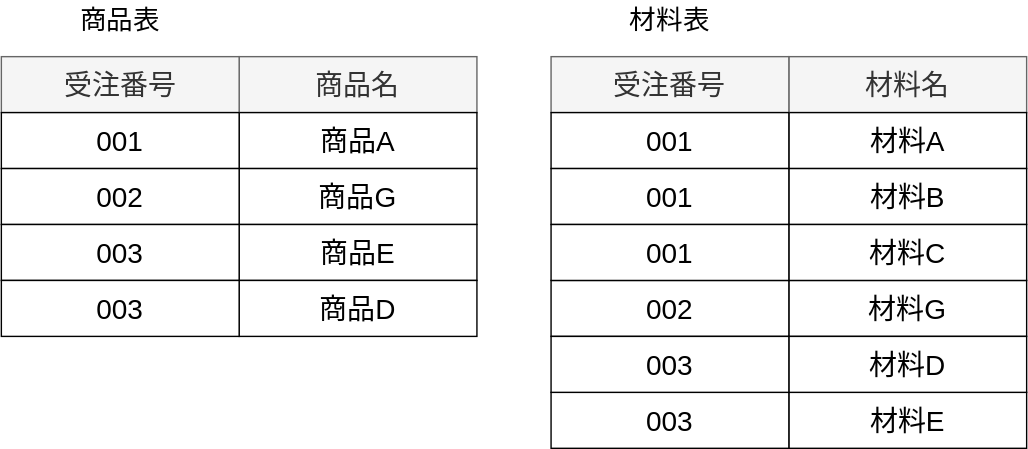
Earlier version of the draw.io export static/img/svg/Database/normalization/normalization-8.drawio.svg (koseki2580/study-docs). Source tidied: cells renumbered, new cells last; positions are measured from the earlier drawing's top-left corner, leaving out a move shared by most shapes.
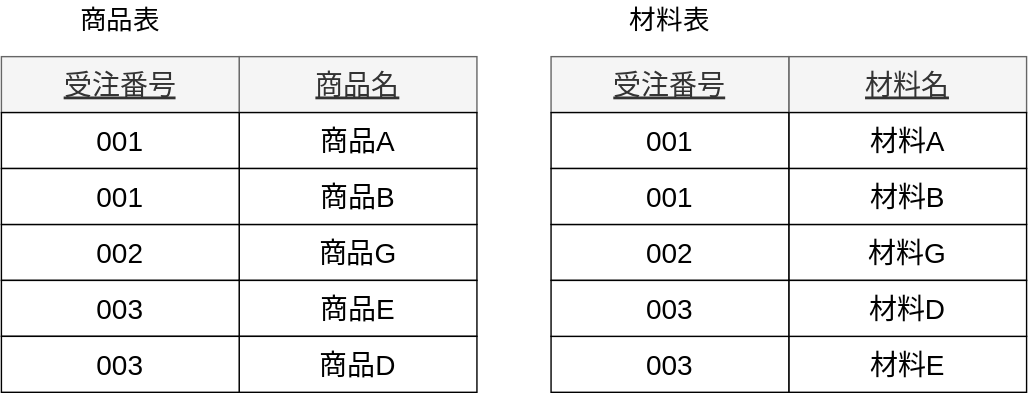
After the change.

The edit, as a diff of the source:
```diff
@@ -2,65 +2,65 @@
   <root>
     <mxCell id="0" />
     <mxCell id="1" parent="0" />
-    <mxCell id="2" value="商品名" style="rounded=0;whiteSpace=wrap;html=1;fontSize=20;fillColor=#f5f5f5;fontColor=#333333;strokeColor=#666666;" parent="1" vertex="1">
+    <mxCell id="2" value="商品名" style="rounded=0;whiteSpace=wrap;html=1;fontSize=20;fillColor=#f5f5f5;fontColor=#333333;strokeColor=#666666;fontStyle=4;" parent="1" vertex="1">
       <mxGeometry x="170" y="40" width="170" height="40" as="geometry" />
     </mxCell>
     <mxCell id="3" value="商品A" style="rounded=0;whiteSpace=wrap;html=1;fontSize=20;" parent="1" vertex="1">
       <mxGeometry x="170" y="80" width="170" height="40" as="geometry" />
     </mxCell>
     <mxCell id="4" value="商品G" style="rounded=0;whiteSpace=wrap;html=1;fontSize=20;" parent="1" vertex="1">
-      <mxGeometry x="170" y="120" width="170" height="40" as="geometry" />
+      <mxGeometry x="170" y="160" width="170" height="40" as="geometry" />
     </mxCell>
-    <mxCell id="5" value="受注番号" style="rounded=0;whiteSpace=wrap;html=1;fontSize=20;fillColor=#f5f5f5;fontColor=#333333;strokeColor=#666666;fontStyle=0;" parent="1" vertex="1">
+    <mxCell id="5" value="受注番号" style="rounded=0;whiteSpace=wrap;html=1;fontSize=20;fillColor=#f5f5f5;fontColor=#333333;strokeColor=#666666;fontStyle=4;" parent="1" vertex="1">
       <mxGeometry y="40" width="170" height="40" as="geometry" />
     </mxCell>
     <mxCell id="6" value="001" style="rounded=0;whiteSpace=wrap;html=1;fontSize=20;" parent="1" vertex="1">
       <mxGeometry y="80" width="170" height="40" as="geometry" />
     </mxCell>
     <mxCell id="7" value="002" style="rounded=0;whiteSpace=wrap;html=1;fontSize=20;" parent="1" vertex="1">
-      <mxGeometry y="120" width="170" height="40" as="geometry" />
+      <mxGeometry y="160" width="170" height="40" as="geometry" />
     </mxCell>
     <mxCell id="8" value="商品表" style="text;html=1;strokeColor=none;fillColor=none;align=center;verticalAlign=middle;whiteSpace=wrap;rounded=0;fontSize=19;" parent="1" vertex="1">
       <mxGeometry width="170" height="30" as="geometry" />
     </mxCell>
     <mxCell id="9" value="商品E" style="rounded=0;whiteSpace=wrap;html=1;fontSize=20;" parent="1" vertex="1">
-      <mxGeometry x="170" y="160" width="170" height="40" as="geometry" />
+      <mxGeometry x="170" y="200" width="170" height="40" as="geometry" />
     </mxCell>
     <mxCell id="10" value="商品D" style="rounded=0;whiteSpace=wrap;html=1;fontSize=20;" parent="1" vertex="1">
-      <mxGeometry x="170" y="200" width="170" height="40" as="geometry" />
+      <mxGeometry x="170" y="240" width="170" height="40" as="geometry" />
     </mxCell>
     <mxCell id="11" value="003" style="rounded=0;whiteSpace=wrap;html=1;fontSize=20;" parent="1" vertex="1">
-      <mxGeometry y="160" width="170" height="40" as="geometry" />
+      <mxGeometry y="200" width="170" height="40" as="geometry" />
     </mxCell>
     <mxCell id="12" value="003" style="rounded=0;whiteSpace=wrap;html=1;fontSize=20;" parent="1" vertex="1">
-      <mxGeometry y="200" width="170" height="40" as="geometry" />
+      <mxGeometry y="240" width="170" height="40" as="geometry" />
     </mxCell>
-    <mxCell id="13" value="材料名" style="rounded=0;whiteSpace=wrap;html=1;fontSize=20;fillColor=#f5f5f5;fontColor=#333333;strokeColor=#666666;fontStyle=0;" parent="1" vertex="1">
+    <mxCell id="13" value="材料名" style="rounded=0;whiteSpace=wrap;html=1;fontSize=20;fillColor=#f5f5f5;fontColor=#333333;strokeColor=#666666;fontStyle=4;" parent="1" vertex="1">
       <mxGeometry x="563" y="40" width="170" height="40" as="geometry" />
     </mxCell>
     <mxCell id="14" value="材料A" style="rounded=0;whiteSpace=wrap;html=1;fontSize=20;" parent="1" vertex="1">
       <mxGeometry x="563" y="80" width="170" height="40" as="geometry" />
     </mxCell>
     <mxCell id="15" value="材料G" style="rounded=0;whiteSpace=wrap;html=1;fontSize=20;" parent="1" vertex="1">
-      <mxGeometry x="563" y="200" width="170" height="40" as="geometry" />
+      <mxGeometry x="563" y="160" width="170" height="40" as="geometry" />
     </mxCell>
     <mxCell id="16" value="材料E" style="rounded=0;whiteSpace=wrap;html=1;fontSize=20;" parent="1" vertex="1">
-      <mxGeometry x="563" y="280" width="170" height="40" as="geometry" />
+      <mxGeometry x="563" y="240" width="170" height="40" as="geometry" />
     </mxCell>
     <mxCell id="17" value="材料B" style="rounded=0;whiteSpace=wrap;html=1;fontSize=20;" parent="1" vertex="1">
       <mxGeometry x="563" y="120" width="170" height="40" as="geometry" />
     </mxCell>
-    <mxCell id="18" value="受注番号" style="rounded=0;whiteSpace=wrap;html=1;fontSize=20;fillColor=#f5f5f5;fontColor=#333333;strokeColor=#666666;fontStyle=0;" parent="1" vertex="1">
+    <mxCell id="18" value="受注番号" style="rounded=0;whiteSpace=wrap;html=1;fontSize=20;fillColor=#f5f5f5;fontColor=#333333;strokeColor=#666666;fontStyle=4;" parent="1" vertex="1">
       <mxGeometry x="393" y="40" width="170" height="40" as="geometry" />
     </mxCell>
     <mxCell id="19" value="001" style="rounded=0;whiteSpace=wrap;html=1;fontSize=20;" parent="1" vertex="1">
       <mxGeometry x="393" y="80" width="170" height="40" as="geometry" />
     </mxCell>
     <mxCell id="20" value="002" style="rounded=0;whiteSpace=wrap;html=1;fontSize=20;" parent="1" vertex="1">
-      <mxGeometry x="393" y="200" width="170" height="40" as="geometry" />
+      <mxGeometry x="393" y="160" width="170" height="40" as="geometry" />
     </mxCell>
     <mxCell id="21" value="003" style="rounded=0;whiteSpace=wrap;html=1;fontSize=20;" parent="1" vertex="1">
-      <mxGeometry x="393" y="280" width="170" height="40" as="geometry" />
+      <mxGeometry x="393" y="240" width="170" height="40" as="geometry" />
     </mxCell>
     <mxCell id="22" value="001" style="rounded=0;whiteSpace=wrap;html=1;fontSize=20;" parent="1" vertex="1">
       <mxGeometry x="393" y="120" width="170" height="40" as="geometry" />
@@ -68,17 +68,17 @@
     <mxCell id="23" value="材料表" style="text;html=1;strokeColor=none;fillColor=none;align=center;verticalAlign=middle;whiteSpace=wrap;rounded=0;fontSize=19;" parent="1" vertex="1">
       <mxGeometry x="393" width="170" height="30" as="geometry" />
     </mxCell>
-    <mxCell id="24" value="材料C" style="rounded=0;whiteSpace=wrap;html=1;fontSize=20;" parent="1" vertex="1">
-      <mxGeometry x="563" y="160" width="170" height="40" as="geometry" />
-    </mxCell>
-    <mxCell id="25" value="001" style="rounded=0;whiteSpace=wrap;html=1;fontSize=20;" parent="1" vertex="1">
-      <mxGeometry x="393" y="160" width="170" height="40" as="geometry" />
-    </mxCell>
     <mxCell id="26" value="材料D" style="rounded=0;whiteSpace=wrap;html=1;fontSize=20;" parent="1" vertex="1">
-      <mxGeometry x="563" y="240" width="170" height="40" as="geometry" />
+      <mxGeometry x="563" y="200" width="170" height="40" as="geometry" />
     </mxCell>
     <mxCell id="27" value="003" style="rounded=0;whiteSpace=wrap;html=1;fontSize=20;" parent="1" vertex="1">
-      <mxGeometry x="393" y="240" width="170" height="40" as="geometry" />
+      <mxGeometry x="393" y="200" width="170" height="40" as="geometry" />
     </mxCell>
+    <mxCell id="28" value="商品B" style="rounded=0;whiteSpace=wrap;html=1;fontSize=20;" parent="1" vertex="1">
+      <mxGeometry x="170" y="120" width="170" height="40" as="geometry" />
+    </mxCell>
+    <mxCell id="25" value="001" style="rounded=0;whiteSpace=wrap;html=1;fontSize=20;" parent="1" vertex="1">
+      <mxGeometry y="120" width="170" height="40" as="geometry" />
+    </mxCell>
   </root>
 </mxGraphModel>
```
